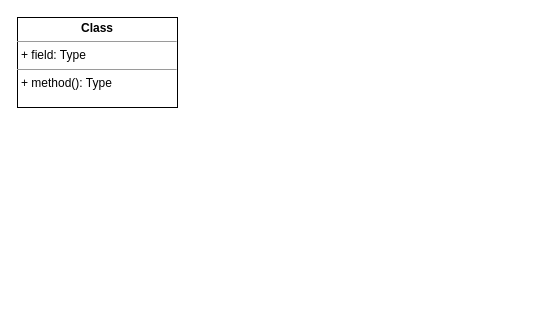
ShiryaevNikolay/diagrams keeps this draw.io diagram as UNI-14812.drawio. Above is the earlier version. Source tidied: cells renumbered, new cells numbered last; positions are measured from the earlier drawing's top-left corner, leaving out a move shared by most shapes. Both pictures are drawn from the tidied source at 100%, with x=0, y=0 at pixel (17, 17).
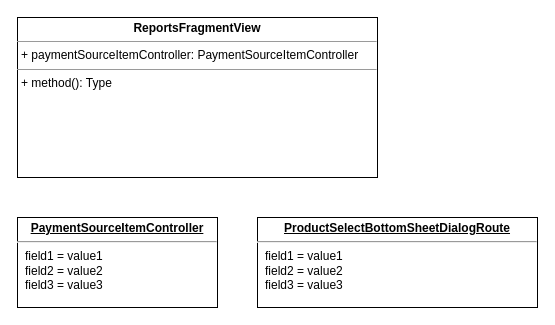
The same diagram, later.

Diff of the diagram source:
```diff
@@
 <mxGraphModel>
   <root>
     <mxCell id="0" />
     <mxCell id="1" parent="0" />
-    <mxCell id="2" value="&lt;p style=&quot;margin:0px;margin-top:4px;text-align:center;&quot;&gt;&lt;b&gt;Class&lt;/b&gt;&lt;/p&gt;&lt;hr size=&quot;1&quot;/&gt;&lt;p style=&quot;margin:0px;margin-left:4px;&quot;&gt;+ field: Type&lt;/p&gt;&lt;hr size=&quot;1&quot;/&gt;&lt;p style=&quot;margin:0px;margin-left:4px;&quot;&gt;+ method(): Type&lt;/p&gt;" style="verticalAlign=top;align=left;overflow=fill;fontSize=12;fontFamily=Helvetica;html=1;" parent="1" vertex="1">
-      <mxGeometry width="160" height="90" as="geometry" />
+    <mxCell id="2" value="&lt;p style=&quot;margin: 0px ; margin-top: 4px ; text-align: center&quot;&gt;&lt;b&gt;ReportsFragmentView&lt;/b&gt;&lt;/p&gt;&lt;hr size=&quot;1&quot;&gt;&lt;p style=&quot;margin: 0px ; margin-left: 4px&quot;&gt;+ paymentSourceItemController: PaymentSourceItemController&lt;/p&gt;&lt;hr size=&quot;1&quot;&gt;&lt;p style=&quot;margin: 0px ; margin-left: 4px&quot;&gt;+ method(): Type&lt;/p&gt;" style="verticalAlign=top;align=left;overflow=fill;fontSize=12;fontFamily=Helvetica;html=1;" parent="1" vertex="1">
+      <mxGeometry width="360" height="160" as="geometry" />
     </mxCell>
+    <mxCell id="3" value="&lt;p style=&quot;margin: 0px ; margin-top: 4px ; text-align: center ; text-decoration: underline&quot;&gt;&lt;b&gt;PaymentSourceItemController&lt;/b&gt;&lt;/p&gt;&lt;hr&gt;&lt;p style=&quot;margin: 0px ; margin-left: 8px&quot;&gt;field1 = value1&lt;br&gt;field2 = value2&lt;br&gt;field3 = value3&lt;/p&gt;" style="verticalAlign=top;align=left;overflow=fill;fontSize=12;fontFamily=Helvetica;html=1;" parent="1" vertex="1">
+      <mxGeometry y="200" width="200" height="90" as="geometry" />
+    </mxCell>
+    <mxCell id="4" value="&lt;p style=&quot;margin: 0px ; margin-top: 4px ; text-align: center ; text-decoration: underline&quot;&gt;&lt;b&gt;ProductSelectBottomSheetDialogRoute&lt;/b&gt;&lt;/p&gt;&lt;hr&gt;&lt;p style=&quot;margin: 0px ; margin-left: 8px&quot;&gt;field1 = value1&lt;br&gt;field2 = value2&lt;br&gt;field3 = value3&lt;/p&gt;" style="verticalAlign=top;align=left;overflow=fill;fontSize=12;fontFamily=Helvetica;html=1;" parent="1" vertex="1">
+      <mxGeometry x="240" y="200" width="280" height="90" as="geometry" />
+    </mxCell>
   </root>
 </mxGraphModel>
```
